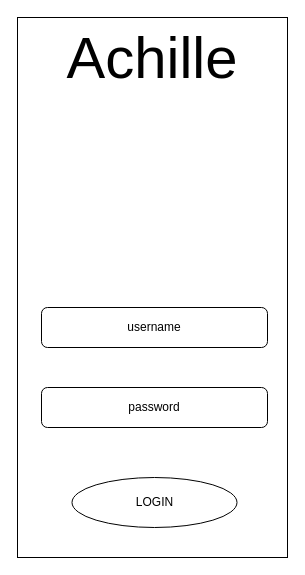
coluzziandrea/achille keeps this draw.io diagram as mockup/login.drawio. Above is the earlier version. Source tidied: cells renumbered, new cells numbered last; positions are measured from the earlier drawing's top-left corner, leaving out a move shared by most shapes. Both pictures are drawn from the tidied source at 100%, with x=0, y=0 at pixel (17, 17).
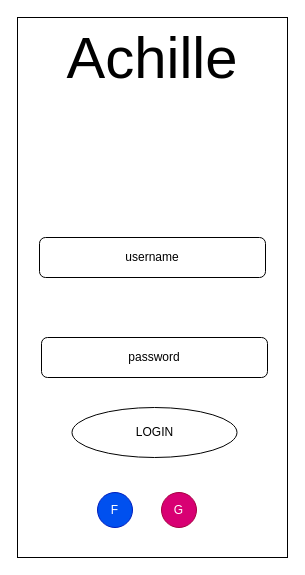
The same diagram, later.

Change to the diagram source:
```diff
@@
 <mxGraphModel>
   <root>
     <mxCell id="0" />
     <mxCell id="1" parent="0" />
     <mxCell id="2" style="rounded=0;whiteSpace=wrap;html=1;" parent="1" vertex="1">
       <mxGeometry width="270" height="540" as="geometry" />
     </mxCell>
     <mxCell id="3" value="Achille" style="text;html=1;strokeColor=none;fillColor=none;align=center;verticalAlign=middle;whiteSpace=wrap;rounded=0;fontSize=58;" parent="1" vertex="1">
       <mxGeometry x="10" y="10" width="250" height="60" as="geometry" />
     </mxCell>
     <mxCell id="4" value="username" style="rounded=1;whiteSpace=wrap;html=1;" parent="1" vertex="1">
-      <mxGeometry x="24" y="290" width="226" height="40" as="geometry" />
+      <mxGeometry x="22" y="220" width="226" height="40" as="geometry" />
     </mxCell>
     <mxCell id="5" value="password" style="rounded=1;whiteSpace=wrap;html=1;" parent="1" vertex="1">
-      <mxGeometry x="24" y="370" width="226" height="40" as="geometry" />
+      <mxGeometry x="24" y="320" width="226" height="40" as="geometry" />
     </mxCell>
     <mxCell id="6" value="LOGIN" style="ellipse;whiteSpace=wrap;html=1;" parent="1" vertex="1">
-      <mxGeometry x="54.5" y="460" width="165" height="50" as="geometry" />
+      <mxGeometry x="54.5" y="390" width="165" height="50" as="geometry" />
     </mxCell>
+    <mxCell id="7" value="F" style="ellipse;whiteSpace=wrap;html=1;fillColor=#0050ef;fontColor=#ffffff;strokeColor=#001DBC;" parent="1" vertex="1">
+      <mxGeometry x="80" y="475" width="35" height="35" as="geometry" />
+    </mxCell>
+    <mxCell id="8" value="G" style="ellipse;whiteSpace=wrap;html=1;fillColor=#d80073;fontColor=#ffffff;strokeColor=#A50040;" parent="1" vertex="1">
+      <mxGeometry x="144" y="475" width="35" height="35" as="geometry" />
+    </mxCell>
   </root>
 </mxGraphModel>
```
